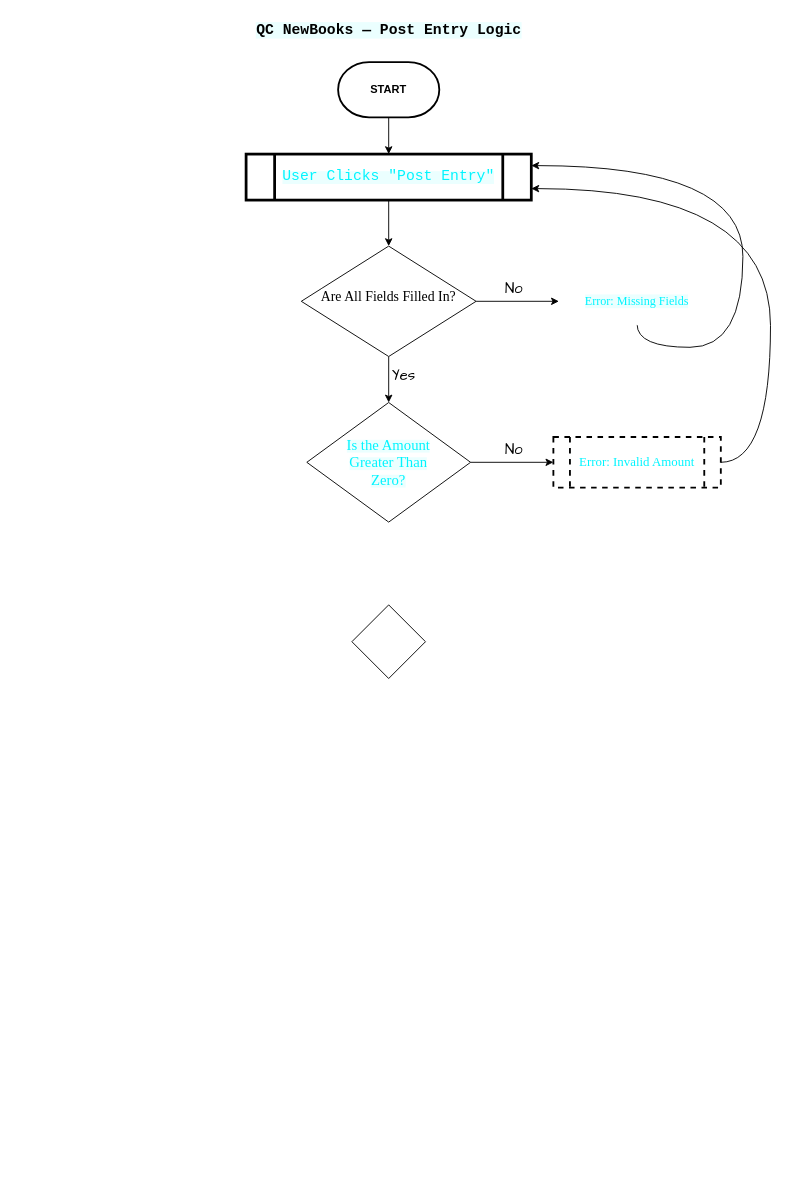
Alishah-Khurshid/diagram-qc-new-books keeps this draw.io diagram as QC_NewBooks_Diagrams.drawio. Above is the earlier version. Source tidied: cells renumbered, new cells numbered last; positions are measured from the earlier drawing's top-left corner, leaving out a move shared by most shapes. Both pictures are drawn from the tidied source at 92%, with x=0, y=0 at pixel (230, 16).
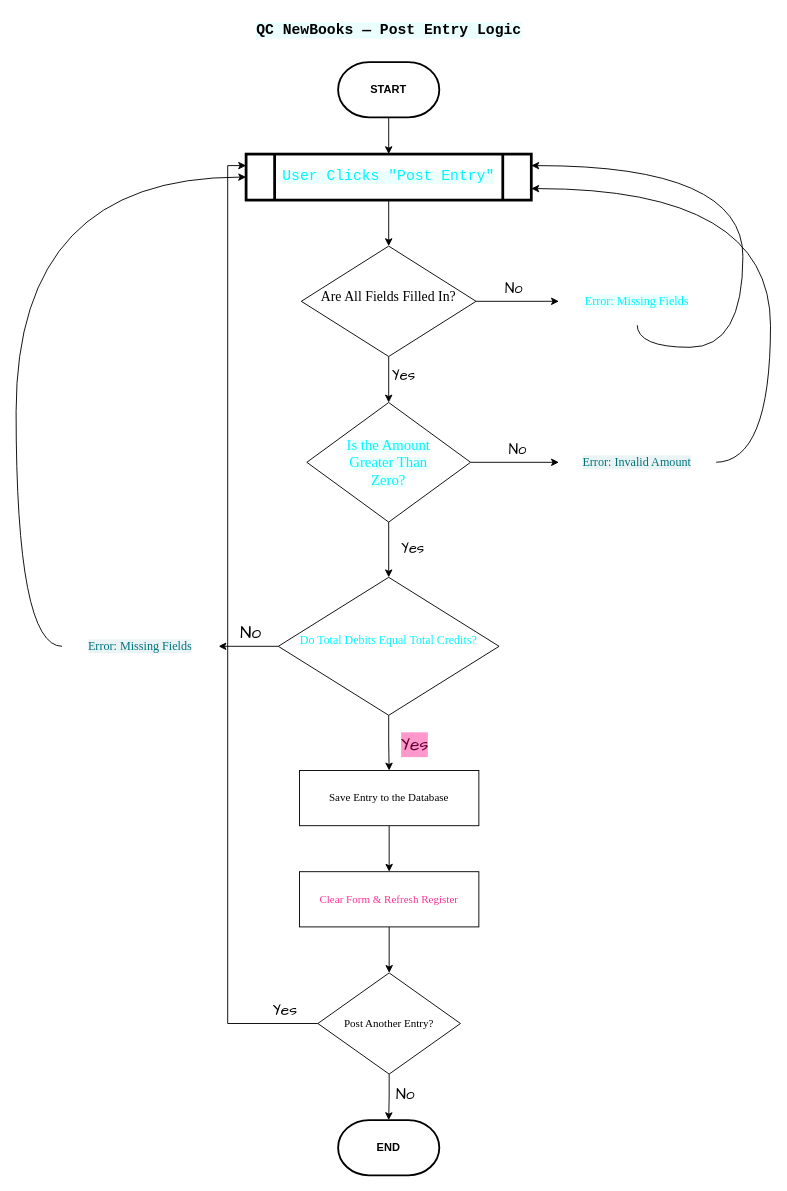
The same page after the edit.

Unchanged cells that the change refers to:
```xml
<mxCell id="6" value="&lt;span style=&quot;color: rgb(0, 245, 255); font-family: &amp;quot;Share Tech Mono&amp;quot;, monospace; text-align: start; background-color: light-dark(rgba(0, 245, 255, 0.08), rgb(255, 230, 204));&quot;&gt;&lt;font style=&quot;font-size: 16px;&quot;&gt;User Clicks &quot;Post Entry&quot;&lt;/font&gt;&lt;/span&gt;" style="shape=process;whiteSpace=wrap;html=1;backgroundOutline=1;fontColor=light-dark(#000000,#99FFFF);strokeColor=light-dark(#000000,#666666);fillColor=light-dark(#FFFFFF,#99FFFF);strokeWidth=3;" parent="1" vertex="1">
  <mxGeometry x="17" y="150" width="310" height="50" as="geometry" />
</mxCell>
<mxCell id="17" value="&lt;blockquote&gt;&lt;span style=&quot;color: rgb(0, 245, 255); text-align: start; background-color: light-dark(rgba(0, 245, 255, 0.08), rgb(153, 153, 255));&quot;&gt;&lt;font face=&quot;Times New Roman&quot; style=&quot;font-size: 16px;&quot;&gt;Is the Amount Greater Than Zero?&lt;/font&gt;&lt;/span&gt;&lt;/blockquote&gt;" style="rhombus;whiteSpace=wrap;html=1;fillColor=light-dark(#FFFFFF,#99FFCC);strokeColor=light-dark(#000000,#D5E8D4);" parent="1" vertex="1">
  <mxGeometry x="83" y="420" width="178" height="130" as="geometry" />
</mxCell>
```

Change to the diagram source:
```diff
@@
-    <mxCell id="18" style="edgeStyle=orthogonalEdgeStyle;rounded=0;jettySize=auto;html=1;entryX=1;entryY=0.75;entryDx=0;entryDy=0;curved=1;" parent="1" edge="1" source="19" target="6">
+    <mxCell id="18" style="edgeStyle=orthogonalEdgeStyle;rounded=0;jettySize=auto;html=1;entryX=1;entryY=0.75;entryDx=0;entryDy=0;curved=1;exitX=1;exitY=0.5;exitDx=0;exitDy=0;" parent="1" edge="1" source="19" target="6">
       <mxGeometry relative="1" as="geometry">
         <Array as="points">
           <mxPoint x="587" y="485" />
           <mxPoint x="587" y="188" />
         </Array>
       </mxGeometry>
     </mxCell>
+    <mxCell id="21" style="edgeStyle=orthogonalEdgeStyle;rounded=0;jettySize=auto;html=1;exitX=0;exitY=0.5;exitDx=0;exitDy=0;entryX=1;entryY=0.5;entryDx=0;entryDy=0;" parent="1" edge="1" source="20" target="27">
+      <mxGeometry relative="1" as="geometry" />
+    </mxCell>
+    <mxCell id="22" value="&lt;font face=&quot;Comic Sans MS&quot; style=&quot;color: light-dark(rgb(0, 0, 0), rgb(102, 0, 51)); font-size: 19px; background-color: light-dark(rgb(255, 255, 255), rgb(255, 102, 179));&quot;&gt;No&lt;/font&gt;" style="edgeLabel;html=1;align=center;verticalAlign=middle;" parent="21" vertex="1">
+      <mxGeometry x="0.01" y="2" relative="1" as="geometry">
+        <mxPoint x="2" y="-17" as="offset" />
+      </mxGeometry>
+    </mxCell>
+    <mxCell id="23" style="edgeStyle=orthogonalEdgeStyle;rounded=0;jettySize=auto;html=1;exitX=0.5;exitY=1;exitDx=0;exitDy=0;entryX=0.5;entryY=0;entryDx=0;entryDy=0;" parent="1" edge="1" source="20" target="30">
+      <mxGeometry relative="1" as="geometry" />
+    </mxCell>
+    <mxCell id="20" value="&lt;blockquote style=&quot;box-sizing: border-box; margin: 0px 0px 0.7rem; padding: 0px; line-height: 1.6; max-width: 800px;&quot;&gt;&lt;code style=&quot;background-image: initial; background-position: initial; background-size: initial; background-repeat: initial; background-attachment: initial; background-origin: initial; background-clip: initial; box-sizing: border-box; margin: 0px; padding: 0.05rem 0.3rem; border-radius: 3px;&quot;&gt;&lt;font style=&quot;font-size: 13px; color: light-dark(rgb(0, 245, 255), rgb(204, 229, 255)); background-color: light-dark(rgb(255, 255, 255), rgb(166, 128, 184));&quot; face=&quot;Times New Roman&quot;&gt;Do Total Debits Equal Total Credits?&lt;/font&gt;&lt;/code&gt;&lt;/blockquote&gt;" style="rhombus;whiteSpace=wrap;html=1;fillColor=light-dark(#FFFFFF,#FFF2CC);" parent="1" vertex="1">
+      <mxGeometry x="52" y="610" width="240" height="150" as="geometry" />
+    </mxCell>
+    <mxCell id="24" style="edgeStyle=orthogonalEdgeStyle;rounded=0;jettySize=auto;html=1;exitX=0.5;exitY=1;exitDx=0;exitDy=0;entryX=0.5;entryY=0;entryDx=0;entryDy=0;" parent="1" edge="1" source="17" target="20">
+      <mxGeometry relative="1" as="geometry" />
+    </mxCell>
+    <mxCell id="25" value="&lt;font face=&quot;Comic Sans MS&quot; style=&quot;color: light-dark(rgb(0, 0, 0), rgb(153, 153, 255));&quot;&gt;&lt;span style=&quot;font-size: 16px; background-color: light-dark(rgb(255, 255, 255), rgb(153, 255, 255));&quot;&gt;Yes&lt;/span&gt;&lt;/font&gt;" style="edgeLabel;html=1;align=center;verticalAlign=middle;" parent="24" vertex="1">
+      <mxGeometry x="-0.2" y="2" relative="1" as="geometry">
+        <mxPoint x="23" y="4" as="offset" />
+      </mxGeometry>
+    </mxCell>
+    <mxCell id="26" style="edgeStyle=orthogonalEdgeStyle;rounded=0;jettySize=auto;html=1;exitX=0;exitY=0.5;exitDx=0;exitDy=0;entryX=0;entryY=0.5;entryDx=0;entryDy=0;curved=1;" parent="1" edge="1" source="27" target="6">
+      <mxGeometry relative="1" as="geometry">
+        <Array as="points">
+          <mxPoint x="-233" y="685" />
+          <mxPoint x="-233" y="175" />
+        </Array>
+      </mxGeometry>
+    </mxCell>
-    <mxCell id="19" value="&lt;span style=&quot;text-align: start; background-color: light-dark(rgb(255, 255, 255), rgb(255, 204, 255));&quot;&gt;&lt;font face=&quot;Times New Roman&quot; style=&quot;font-size: 14px; color: light-dark(rgb(0, 245, 255), rgb(255, 0, 255));&quot;&gt;Error: Invalid Amount&lt;/font&gt;&lt;/span&gt;" style="shape=process;whiteSpace=wrap;html=1;backgroundOutline=1;fillColor=light-dark(#FFFFFF,#99FF99);dashed=1;strokeWidth=2;strokeColor=light-dark(#000000,#9933FF);" parent="1" vertex="1">
-      <mxGeometry x="351" y="457.5" width="182" height="55" as="geometry" />
+    <mxCell id="19" value="&lt;p&gt;&lt;span style=&quot;color: rgb(0, 115, 123); font-family: &amp;quot;Times New Roman&amp;quot;; font-size: 13.192px; text-align: start; background-color: rgba(0, 115, 123, 0.08);&quot;&gt;Error: Invalid Amount&lt;/span&gt;&lt;/p&gt;" style="shape=process;whiteSpace=wrap;html=1;backgroundOutline=1;fillColor=light-dark(#FFFFFF,#FFFF99);strokeColor=light-dark(#FFFFFF,#FF99CC);dashed=1;strokeWidth=2;perimeterSpacing=0;" parent="1" vertex="1">
+      <mxGeometry x="357" y="460" width="170" height="50" as="geometry" />
     </mxCell>
-    <mxCell id="20" style="rhombus;whiteSpace=wrap;html=1;" parent="1" vertex="1">
-      <mxGeometry x="132" y="640" width="80" height="80" as="geometry" />
-    </mxCell>
+    <mxCell id="27" value="&lt;p&gt;&lt;span style=&quot;color: rgb(0, 115, 123); font-family: &amp;quot;Times New Roman&amp;quot;; font-size: 13.192px; text-align: start; background-color: rgba(0, 115, 123, 0.08);&quot;&gt;Error: Missing Fields&lt;/span&gt;&lt;/p&gt;" style="shape=process;whiteSpace=wrap;html=1;backgroundOutline=1;fillColor=light-dark(#FFFFFF,#FFFF99);strokeColor=light-dark(#FFFFFF,#FF99CC);dashed=1;strokeWidth=2;perimeterSpacing=0;" parent="1" vertex="1">
+      <mxGeometry x="-183" y="660" width="170" height="50" as="geometry" />
+    </mxCell>
+    <mxCell id="28" value="&lt;font face=&quot;Comic Sans MS&quot; style=&quot;color: light-dark(rgb(102, 0, 51), rgb(153, 0, 77));&quot;&gt;&lt;span style=&quot;font-size: 19px; background-color: light-dark(rgb(255, 153, 204), rgb(255, 102, 179));&quot;&gt;Yes&lt;/span&gt;&lt;/font&gt;" style="edgeLabel;html=1;align=center;verticalAlign=middle;" parent="1" vertex="1">
+      <mxGeometry x="197" y="790" as="geometry">
+        <mxPoint x="2" y="2" as="offset" />
+      </mxGeometry>
+    </mxCell>
+    <mxCell id="29" style="edgeStyle=orthogonalEdgeStyle;rounded=0;jettySize=auto;html=1;exitX=0.5;exitY=1;exitDx=0;exitDy=0;entryX=0.5;entryY=0;entryDx=0;entryDy=0;" parent="1" edge="1" source="30" target="32">
+      <mxGeometry relative="1" as="geometry" />
+    </mxCell>
+    <mxCell id="30" value="&lt;font face=&quot;Times New Roman&quot; style=&quot;color: light-dark(rgb(0, 0, 0), rgb(255, 51, 153));&quot;&gt;Save Entry to the Database&lt;/font&gt;" style="rounded=0;whiteSpace=wrap;html=1;fillColor=light-dark(#FFFFFF,#FFCC99);" parent="1" vertex="1">
+      <mxGeometry x="75" y="820" width="195" height="60" as="geometry" />
+    </mxCell>
+    <mxCell id="31" style="edgeStyle=orthogonalEdgeStyle;rounded=0;jettySize=auto;html=1;exitX=0.5;exitY=1;exitDx=0;exitDy=0;entryX=0.5;entryY=0;entryDx=0;entryDy=0;" parent="1" edge="1" source="32" target="35">
+      <mxGeometry relative="1" as="geometry" />
+    </mxCell>
+    <mxCell id="32" value="&lt;font face=&quot;Times New Roman&quot; style=&quot;color: light-dark(rgb(255, 51, 153), rgb(255, 255, 102));&quot;&gt;Clear Form &amp;amp; Refresh Register&lt;/font&gt;" style="rounded=0;whiteSpace=wrap;html=1;fillColor=light-dark(#FFFFFF,#9AC7BF);" parent="1" vertex="1">
+      <mxGeometry x="75" y="930" width="195" height="60" as="geometry" />
+    </mxCell>
+    <mxCell id="33" style="edgeStyle=orthogonalEdgeStyle;rounded=0;jettySize=auto;html=1;exitX=0;exitY=0.5;exitDx=0;exitDy=0;entryX=0;entryY=0.25;entryDx=0;entryDy=0;" parent="1" edge="1" source="35" target="6">
+      <mxGeometry relative="1" as="geometry" />
+    </mxCell>
+    <mxCell id="34" value="&lt;font face=&quot;Comic Sans MS&quot; style=&quot;color: light-dark(rgb(0, 0, 0), rgb(51, 255, 255)); background-color: light-dark(rgb(255, 255, 255), rgb(127, 0, 255)); font-size: 17px;&quot;&gt;Yes&lt;/font&gt;" style="edgeLabel;html=1;align=center;verticalAlign=middle;" parent="33" vertex="1">
+      <mxGeometry x="-0.93" y="2" relative="1" as="geometry">
+        <mxPoint y="-17" as="offset" />
+      </mxGeometry>
+    </mxCell>
+    <mxCell id="35" value="&lt;font face=&quot;Times New Roman&quot; style=&quot;color: light-dark(rgb(0, 0, 0), rgb(51, 51, 255));&quot;&gt;Post Another Entry?&lt;/font&gt;" style="rhombus;whiteSpace=wrap;html=1;fillColor=light-dark(#FFFFFF,#33FF99);" parent="1" vertex="1">
+      <mxGeometry x="95" y="1040" width="155" height="110" as="geometry" />
+    </mxCell>
+    <mxCell id="36" value="&lt;b&gt;&lt;font style=&quot;color: light-dark(rgb(0, 0, 0), rgb(229, 204, 255));&quot;&gt;END&lt;/font&gt;&lt;/b&gt;" style="strokeWidth=2;html=1;shape=mxgraph.flowchart.terminator;whiteSpace=wrap;fillColor=light-dark(#FFFFFF,#B266FF);" parent="1" vertex="1">
+      <mxGeometry x="117" y="1200" width="110" height="60" as="geometry" />
+    </mxCell>
+    <mxCell id="37" style="edgeStyle=orthogonalEdgeStyle;rounded=0;jettySize=auto;html=1;exitX=0.5;exitY=1;exitDx=0;exitDy=0;entryX=0.5;entryY=0;entryDx=0;entryDy=0;entryPerimeter=0;" parent="1" edge="1" source="35" target="36">
+      <mxGeometry relative="1" as="geometry" />
+    </mxCell>
+    <mxCell id="38" value="&lt;font face=&quot;Comic Sans MS&quot; style=&quot;color: light-dark(rgb(0, 0, 0), rgb(51, 255, 255)); background-color: light-dark(rgb(255, 255, 255), rgb(127, 0, 255)); font-size: 17px;&quot;&gt;No&lt;/font&gt;" style="edgeLabel;html=1;align=center;verticalAlign=middle;" parent="1" vertex="1">
+      <mxGeometry x="197" y="1180" as="geometry">
+        <mxPoint x="-8" y="-8" as="offset" />
+      </mxGeometry>
+    </mxCell>
```
